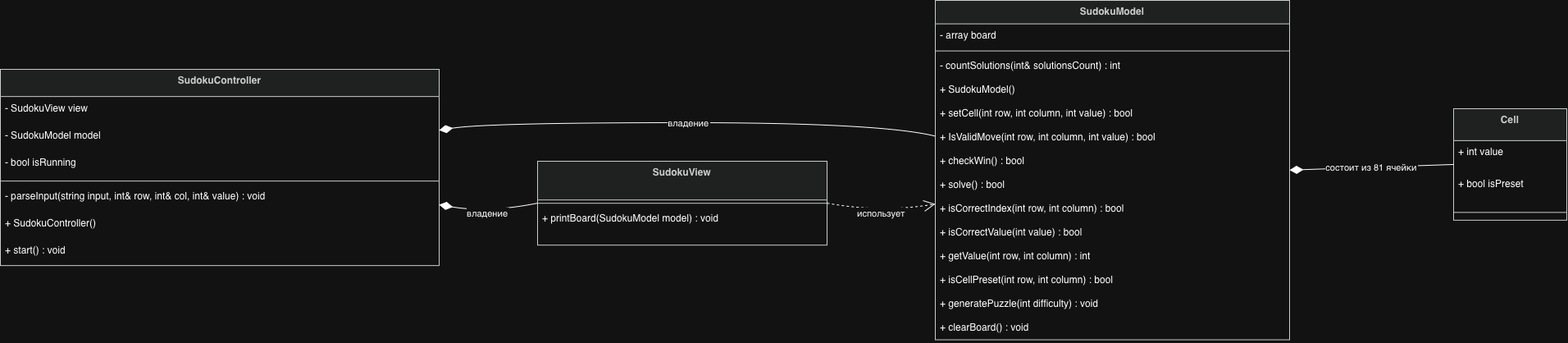
Before: sudoku-project/docs/object_model.drawio.png, a diagram exported from draw.io (atnott/code-challenges). Source tidied: cells renumbered, new cells last; positions are measured from the earlier drawing's top-left corner, leaving out a move shared by most shapes. The source it was exported from:
```xml
<mxGraphModel>
  <root>
    <mxCell id="0" />
    <mxCell id="1" parent="0" />
    <mxCell id="2" value="Cell" style="swimlane;fontStyle=1;align=center;verticalAlign=top;horizontal=1;startSize=38.857142857142854;fillColor=light-dark(#eeeeee,#1f2020);strokeColor=light-dark(#999999,#cccccc);fontColor=light-dark(#333333,#cccccc);" parent="1" vertex="1">
      <mxGeometry x="1772" y="132" width="138" height="135.9" as="geometry" />
    </mxCell>
    <mxCell id="3" value="+ int value" style="text;strokeColor=none;fillColor=none;align=left;verticalAlign=top;spacingLeft=4;spacingRight=4;overflow=hidden;" parent="2" vertex="1">
      <mxGeometry y="38.9" width="138" height="39" as="geometry" />
    </mxCell>
    <mxCell id="4" value="+ bool isPreset" style="text;strokeColor=none;fillColor=none;align=left;verticalAlign=top;spacingLeft=4;spacingRight=4;overflow=hidden;" parent="2" vertex="1">
      <mxGeometry y="77.9" width="138" height="39" as="geometry" />
    </mxCell>
    <mxCell id="5" style="line;strokeWidth=1;fillColor=none;align=left;verticalAlign=middle;spacingTop=-1;spacingLeft=3;spacingRight=3;labelPosition=right;strokeColor=inherit;" parent="2" vertex="1">
      <mxGeometry y="116.9" width="138" height="19" as="geometry" />
    </mxCell>
    <mxCell id="6" value="SudokuModel" style="swimlane;fontStyle=1;align=center;verticalAlign=top;horizontal=1;startSize=28.571428571428573;fillColor=light-dark(#eeeeee,#1f2020);strokeColor=light-dark(#999999,#cccccc);fontColor=light-dark(#333333,#cccccc);" parent="1" vertex="1">
      <mxGeometry x="1140" width="432" height="413.6" as="geometry" />
    </mxCell>
    <mxCell id="7" value="- array board" style="text;strokeColor=none;fillColor=none;align=left;verticalAlign=top;spacingLeft=4;spacingRight=4;overflow=hidden;" parent="6" vertex="1">
      <mxGeometry y="28.6" width="432" height="29" as="geometry" />
    </mxCell>
    <mxCell id="8" style="line;strokeWidth=1;fillColor=none;align=left;verticalAlign=middle;spacingTop=-1;spacingLeft=3;spacingRight=3;labelPosition=right;strokeColor=inherit;" parent="6" vertex="1">
      <mxGeometry y="57.6" width="432" height="8" as="geometry" />
    </mxCell>
    <mxCell id="9" value="- countSolutions(int&amp; solutionsCount) : int" style="text;strokeColor=none;fillColor=none;align=left;verticalAlign=top;spacingLeft=4;spacingRight=4;overflow=hidden;" parent="6" vertex="1">
      <mxGeometry y="65.6" width="432" height="29" as="geometry" />
    </mxCell>
    <mxCell id="10" value="+ SudokuModel()" style="text;strokeColor=none;fillColor=none;align=left;verticalAlign=top;spacingLeft=4;spacingRight=4;overflow=hidden;" parent="6" vertex="1">
      <mxGeometry y="94.6" width="432" height="29" as="geometry" />
    </mxCell>
    <mxCell id="11" value="+ setCell(int row, int column, int value) : bool" style="text;strokeColor=none;fillColor=none;align=left;verticalAlign=top;spacingLeft=4;spacingRight=4;overflow=hidden;" parent="6" vertex="1">
      <mxGeometry y="123.6" width="432" height="29" as="geometry" />
    </mxCell>
    <mxCell id="12" value="+ IsValidMove(int row, int column, int value) : bool" style="text;strokeColor=none;fillColor=none;align=left;verticalAlign=top;spacingLeft=4;spacingRight=4;overflow=hidden;" parent="6" vertex="1">
      <mxGeometry y="152.6" width="432" height="29" as="geometry" />
    </mxCell>
    <mxCell id="13" value="+ checkWin() : bool" style="text;strokeColor=none;fillColor=none;align=left;verticalAlign=top;spacingLeft=4;spacingRight=4;overflow=hidden;" parent="6" vertex="1">
      <mxGeometry y="181.6" width="432" height="29" as="geometry" />
    </mxCell>
    <mxCell id="14" value="+ solve() : bool" style="text;strokeColor=none;fillColor=none;align=left;verticalAlign=top;spacingLeft=4;spacingRight=4;overflow=hidden;" parent="6" vertex="1">
      <mxGeometry y="210.6" width="432" height="29" as="geometry" />
    </mxCell>
    <mxCell id="15" value="+ isCorrectIndex(int row, int column) : bool" style="text;strokeColor=none;fillColor=none;align=left;verticalAlign=top;spacingLeft=4;spacingRight=4;overflow=hidden;" parent="6" vertex="1">
      <mxGeometry y="239.6" width="432" height="29" as="geometry" />
    </mxCell>
    <mxCell id="16" value="+ isCorrectValue(int value) : bool" style="text;strokeColor=none;fillColor=none;align=left;verticalAlign=top;spacingLeft=4;spacingRight=4;overflow=hidden;" parent="6" vertex="1">
      <mxGeometry y="268.6" width="432" height="29" as="geometry" />
    </mxCell>
    <mxCell id="17" value="+ getValue(int row, int column) : int" style="text;strokeColor=none;fillColor=none;align=left;verticalAlign=top;spacingLeft=4;spacingRight=4;overflow=hidden;" parent="6" vertex="1">
      <mxGeometry y="297.6" width="432" height="29" as="geometry" />
    </mxCell>
    <mxCell id="18" value="+ isCellPreset(int row, int column) : bool" style="text;strokeColor=none;fillColor=none;align=left;verticalAlign=top;spacingLeft=4;spacingRight=4;overflow=hidden;" parent="6" vertex="1">
      <mxGeometry y="326.6" width="432" height="29" as="geometry" />
    </mxCell>
    <mxCell id="19" value="+ generatePuzzle(int difficulty) : void" style="text;strokeColor=none;fillColor=none;align=left;verticalAlign=top;spacingLeft=4;spacingRight=4;overflow=hidden;" parent="6" vertex="1">
      <mxGeometry y="355.6" width="432" height="29" as="geometry" />
    </mxCell>
    <mxCell id="20" value="+ clearBoard() : void" style="text;strokeColor=none;fillColor=none;align=left;verticalAlign=top;spacingLeft=4;spacingRight=4;overflow=hidden;" parent="6" vertex="1">
      <mxGeometry y="384.6" width="432" height="29" as="geometry" />
    </mxCell>
    <mxCell id="21" value="SudokuView" style="swimlane;fontStyle=1;align=center;verticalAlign=top;horizontal=1;startSize=47.2;fillColor=light-dark(#eeeeee,#1f2020);strokeColor=light-dark(#999999,#cccccc);fontColor=light-dark(#333333,#cccccc);" parent="1" vertex="1">
      <mxGeometry x="655" y="196" width="353" height="102.2" as="geometry" />
    </mxCell>
    <mxCell id="22" style="line;strokeWidth=1;fillColor=none;align=left;verticalAlign=middle;spacingTop=-1;spacingLeft=3;spacingRight=3;labelPosition=right;strokeColor=inherit;" parent="21" vertex="1">
      <mxGeometry y="47.2" width="353" height="8" as="geometry" />
    </mxCell>
    <mxCell id="23" value="+ printBoard(SudokuModel model) : void" style="text;strokeColor=none;fillColor=none;align=left;verticalAlign=top;spacingLeft=4;spacingRight=4;overflow=hidden;" parent="21" vertex="1">
      <mxGeometry y="55.2" width="353" height="47" as="geometry" />
    </mxCell>
    <mxCell id="24" value="SudokuController" style="swimlane;fontStyle=1;align=center;verticalAlign=top;horizontal=1;startSize=33.142857142857146;fillColor=light-dark(#eeeeee,#1f2020);strokeColor=light-dark(#999999,#cccccc);fontColor=light-dark(#333333,#cccccc);" parent="1" vertex="1">
      <mxGeometry y="84" width="535" height="239.1" as="geometry" />
    </mxCell>
    <mxCell id="25" value="- SudokuView view" style="text;strokeColor=none;fillColor=none;align=left;verticalAlign=top;spacingLeft=4;spacingRight=4;overflow=hidden;" parent="24" vertex="1">
      <mxGeometry y="33.1" width="535" height="33" as="geometry" />
    </mxCell>
    <mxCell id="26" value="- SudokuModel model" style="text;strokeColor=none;fillColor=none;align=left;verticalAlign=top;spacingLeft=4;spacingRight=4;overflow=hidden;" parent="24" vertex="1">
      <mxGeometry y="66.1" width="535" height="33" as="geometry" />
    </mxCell>
    <mxCell id="27" value="- bool isRunning" style="text;strokeColor=none;fillColor=none;align=left;verticalAlign=top;spacingLeft=4;spacingRight=4;overflow=hidden;" parent="24" vertex="1">
      <mxGeometry y="99.1" width="535" height="33" as="geometry" />
    </mxCell>
    <mxCell id="28" style="line;strokeWidth=1;fillColor=none;align=left;verticalAlign=middle;spacingTop=-1;spacingLeft=3;spacingRight=3;labelPosition=right;strokeColor=inherit;" parent="24" vertex="1">
      <mxGeometry y="132.1" width="535" height="8" as="geometry" />
    </mxCell>
    <mxCell id="29" value="- parseInput(string input, int&amp; row, int&amp; col, int&amp; value) : void" style="text;strokeColor=none;fillColor=none;align=left;verticalAlign=top;spacingLeft=4;spacingRight=4;overflow=hidden;" parent="24" vertex="1">
      <mxGeometry y="140.1" width="535" height="33" as="geometry" />
    </mxCell>
    <mxCell id="30" value="+ SudokuController()" style="text;strokeColor=none;fillColor=none;align=left;verticalAlign=top;spacingLeft=4;spacingRight=4;overflow=hidden;" parent="24" vertex="1">
      <mxGeometry y="173.1" width="535" height="33" as="geometry" />
    </mxCell>
    <mxCell id="31" value="+ start() : void" style="text;strokeColor=none;fillColor=none;align=left;verticalAlign=top;spacingLeft=4;spacingRight=4;overflow=hidden;" parent="24" vertex="1">
      <mxGeometry y="206.1" width="535" height="33" as="geometry" />
    </mxCell>
    <mxCell id="32" value="владение" style="curved=1;startArrow=diamondThin;startSize=14;startFill=1;endArrow=none;exitX=1;exitY=0.31;entryX=0;entryY=0.4;rounded=0;" parent="1" edge="1" source="24" target="6">
      <mxGeometry relative="1" as="geometry">
        <Array as="points">
          <mxPoint x="595" y="149" />
          <mxPoint x="1074" y="149" />
        </Array>
      </mxGeometry>
    </mxCell>
    <mxCell id="33" value="владение" style="curved=1;startArrow=diamondThin;startSize=14;startFill=1;endArrow=none;exitX=1;exitY=0.69;entryX=0;entryY=0.5;rounded=0;" parent="1" edge="1" source="24" target="21">
      <mxGeometry relative="1" as="geometry">
        <Array as="points">
          <mxPoint x="595" y="259" />
        </Array>
      </mxGeometry>
    </mxCell>
    <mxCell id="34" value="состоит из 81 ячейки" style="curved=1;startArrow=diamondThin;startSize=14;startFill=1;endArrow=none;exitX=1;exitY=0.5;entryX=0;entryY=0.5;rounded=0;" parent="1" edge="1" source="6" target="2">
      <mxGeometry relative="1" as="geometry" />
    </mxCell>
    <mxCell id="35" value="использует" style="curved=1;dashed=1;startArrow=none;endArrow=open;endSize=12;exitX=1;exitY=0.5;entryX=0;entryY=0.6;rounded=0;" parent="1" edge="1" source="21" target="6">
      <mxGeometry relative="1" as="geometry">
        <Array as="points">
          <mxPoint x="1074" y="259" />
        </Array>
      </mxGeometry>
    </mxCell>
  </root>
</mxGraphModel>
```
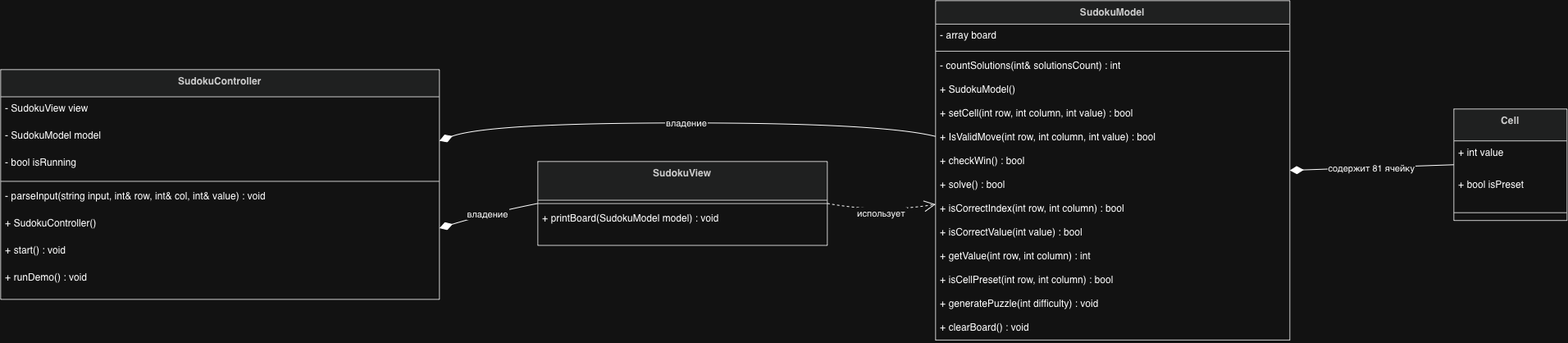
The same diagram one commit later.

Commit message:
feat(demo): implement self-solving demo mode and update documentation

Diff of the diagram source:
```diff
@@ -69,7 +69,7 @@
       <mxGeometry y="55.2" width="353" height="47" as="geometry" />
     </mxCell>
     <mxCell id="24" value="SudokuController" style="swimlane;fontStyle=1;align=center;verticalAlign=top;horizontal=1;startSize=33.142857142857146;fillColor=light-dark(#eeeeee,#1f2020);strokeColor=light-dark(#999999,#cccccc);fontColor=light-dark(#333333,#cccccc);" parent="1" vertex="1">
-      <mxGeometry y="84" width="535" height="239.1" as="geometry" />
+      <mxGeometry y="84" width="535" height="280" as="geometry" />
     </mxCell>
     <mxCell id="25" value="- SudokuView view" style="text;strokeColor=none;fillColor=none;align=left;verticalAlign=top;spacingLeft=4;spacingRight=4;overflow=hidden;" parent="24" vertex="1">
       <mxGeometry y="33.1" width="535" height="33" as="geometry" />
@@ -90,7 +90,7 @@
       <mxGeometry y="173.1" width="535" height="33" as="geometry" />
     </mxCell>
     <mxCell id="31" value="+ start() : void" style="text;strokeColor=none;fillColor=none;align=left;verticalAlign=top;spacingLeft=4;spacingRight=4;overflow=hidden;" parent="24" vertex="1">
-      <mxGeometry y="206.1" width="535" height="33" as="geometry" />
+      <mxGeometry y="206.1" width="535" height="73.9" as="geometry" />
     </mxCell>
     <mxCell id="32" value="владение" style="curved=1;startArrow=diamondThin;startSize=14;startFill=1;endArrow=none;exitX=1;exitY=0.31;entryX=0;entryY=0.4;rounded=0;" parent="1" edge="1" source="24" target="6">
       <mxGeometry relative="1" as="geometry">
@@ -107,7 +107,7 @@
         </Array>
       </mxGeometry>
     </mxCell>
-    <mxCell id="34" value="состоит из 81 ячейки" style="curved=1;startArrow=diamondThin;startSize=14;startFill=1;endArrow=none;exitX=1;exitY=0.5;entryX=0;entryY=0.5;rounded=0;" parent="1" edge="1" source="6" target="2">
+    <mxCell id="34" value="содержит 81 ячейку" style="curved=1;startArrow=diamondThin;startSize=14;startFill=1;endArrow=none;exitX=1;exitY=0.5;entryX=0;entryY=0.5;rounded=0;" parent="1" edge="1" source="6" target="2">
       <mxGeometry relative="1" as="geometry" />
     </mxCell>
     <mxCell id="35" value="использует" style="curved=1;dashed=1;startArrow=none;endArrow=open;endSize=12;exitX=1;exitY=0.5;entryX=0;entryY=0.6;rounded=0;" parent="1" edge="1" source="21" target="6">
@@ -117,5 +117,8 @@
         </Array>
       </mxGeometry>
     </mxCell>
+    <mxCell id="36" value="+ runDemo() : void" style="text;strokeColor=none;fillColor=none;align=left;verticalAlign=top;spacingLeft=4;spacingRight=4;overflow=hidden;" parent="1" vertex="1">
+      <mxGeometry y="323.7" width="535" height="33" as="geometry" />
+    </mxCell>
   </root>
 </mxGraphModel>
```
